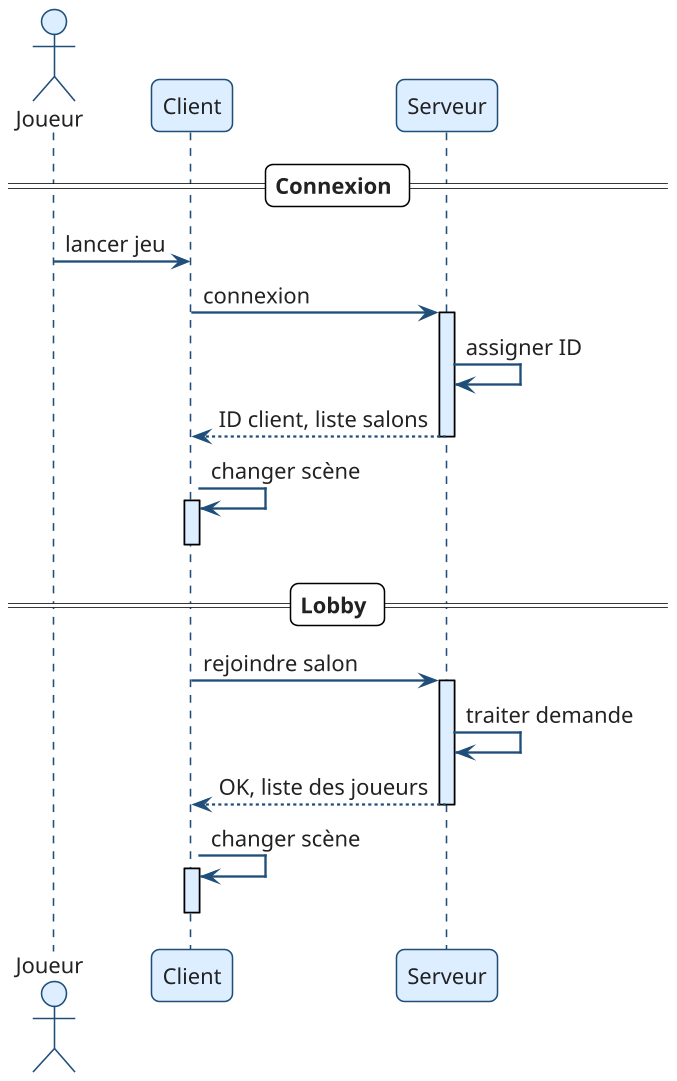
The PlantUML diagram Rapport/UML/PacMan_UML_Reseau_connexion.png in thomasctn/Projet_PacMan_En_Reseau, before a commit. Its source is kept beside it as Rapport/UML/PacMan_UML_Reseau_connexion.puml.
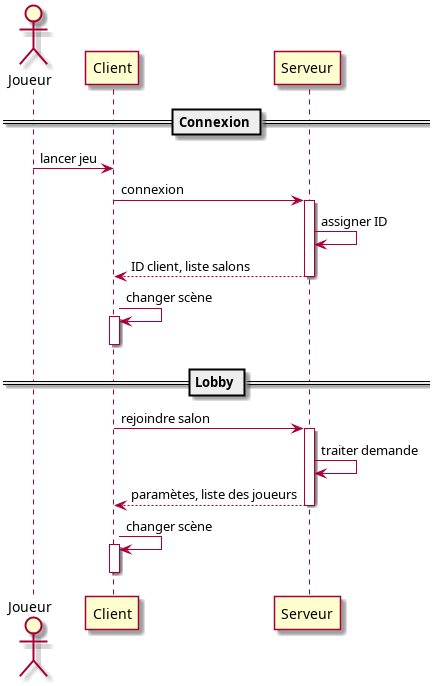
The same file after the commit.

The edit, as a diff of the source:
```diff
@@ -20,7 +20,7 @@
 Client -> Serveur : rejoindre salon
 activate Serveur
 Serveur -> Serveur : traiter demande
-Serveur --> Client : OK, liste des joueurs
+Serveur --> Client : paramètes, liste des joueurs
 deactivate Serveur
 Client -> Client : changer scène
 activate Client
```
